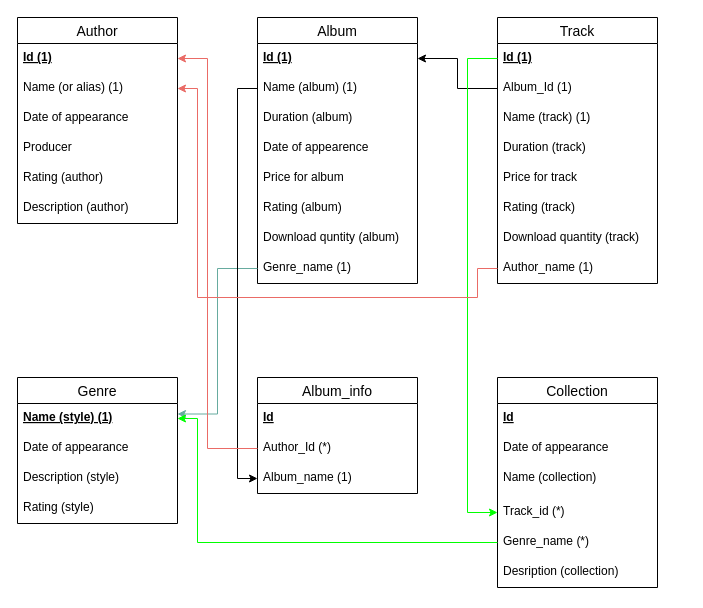
Earlier version of the draw.io diagram Untitled Diagram.drawio (Oleg-Stukalov/draw.io-schemes). Source tidied: cells renumbered, new cells numbered last; positions are measured from the earlier drawing's top-left corner, leaving out a move shared by most shapes. Both pictures are drawn from the tidied source at 100%, with x=0, y=0 at pixel (17, 17).
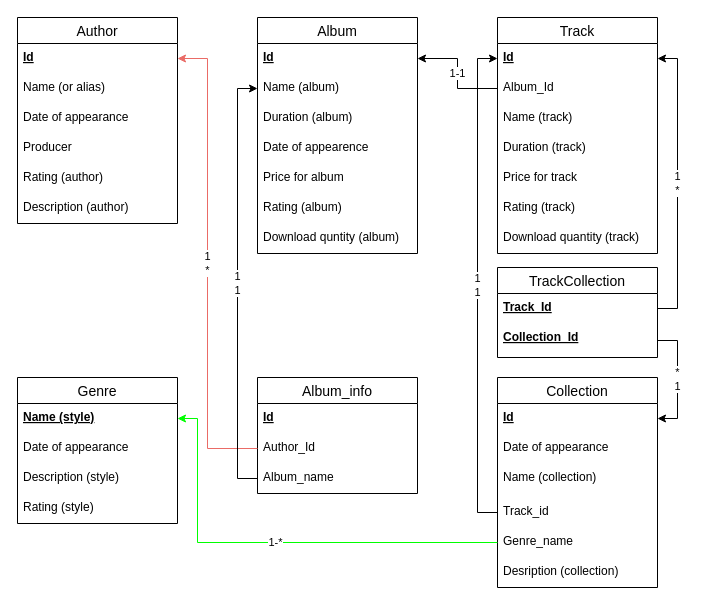
The same page after the edit.

Unchanged cells that the change refers to:
```xml
<mxCell id="11" value="Author" style="swimlane;fontStyle=0;horizontal=1;startSize=26;align=center;fontSize=14;" parent="1" vertex="1">
  <mxGeometry width="160" height="206" as="geometry" />
</mxCell>
<mxCell id="27" value="Genre" style="swimlane;fontStyle=0;horizontal=1;startSize=26;align=center;fontSize=14;" parent="1" vertex="1">
  <mxGeometry y="360" width="160" height="146" as="geometry" />
</mxCell>
<mxCell id="33" value="Collection" style="swimlane;fontStyle=0;horizontal=1;startSize=26;align=center;fontSize=14;" parent="1" vertex="1">
  <mxGeometry x="480" y="360" width="160" height="210" as="geometry" />
</mxCell>
<mxCell id="34" value="Id" style="text;strokeColor=none;fillColor=none;spacingLeft=4;spacingRight=4;overflow=hidden;points=[[0,0.5],[1,0.5]];portConstraint=eastwest;fontSize=12;fontStyle=5;" parent="33" vertex="1">
  <mxGeometry y="26" width="160" height="30" as="geometry" />
</mxCell>
<mxCell id="41" value="Album_info" style="swimlane;fontStyle=0;horizontal=1;startSize=26;align=center;fontSize=14;" parent="1" vertex="1">
  <mxGeometry x="240" y="360" width="160" height="116" as="geometry" />
</mxCell>
```

What changed in the source:
```diff
@@
     <mxCell id="2" value="Album" style="swimlane;fontStyle=0;horizontal=1;startSize=26;align=center;fontSize=14;" parent="1" vertex="1">
-      <mxGeometry x="240" width="160" height="266" as="geometry" />
+      <mxGeometry x="240" width="160" height="236" as="geometry" />
     </mxCell>
-    <mxCell id="3" value="Id (1)" style="text;strokeColor=none;fillColor=none;spacingLeft=4;spacingRight=4;overflow=hidden;points=[[0,0.5],[1,0.5]];portConstraint=eastwest;fontSize=12;fontStyle=5;" parent="2" vertex="1">
+    <mxCell id="3" value="Id" style="text;strokeColor=none;fillColor=none;spacingLeft=4;spacingRight=4;overflow=hidden;points=[[0,0.5],[1,0.5]];portConstraint=eastwest;fontSize=12;fontStyle=5;" parent="2" vertex="1">
       <mxGeometry y="26" width="160" height="30" as="geometry" />
     </mxCell>
-    <mxCell id="4" value="Name (album) (1)" style="text;strokeColor=none;fillColor=none;spacingLeft=4;spacingRight=4;overflow=hidden;points=[[0,0.5],[1,0.5]];portConstraint=eastwest;fontSize=12;" parent="2" vertex="1">
+    <mxCell id="4" value="Name (album)" style="text;strokeColor=none;fillColor=none;spacingLeft=4;spacingRight=4;overflow=hidden;points=[[0,0.5],[1,0.5]];portConstraint=eastwest;fontSize=12;" parent="2" vertex="1">
       <mxGeometry y="56" width="160" height="30" as="geometry" />
     </mxCell>
@@
-    <mxCell id="10" value="Genre_name (1)" style="text;strokeColor=none;fillColor=none;spacingLeft=4;spacingRight=4;overflow=hidden;points=[[0,0.5],[1,0.5]];portConstraint=eastwest;fontSize=12;" parent="2" vertex="1">
-      <mxGeometry y="236" width="160" height="30" as="geometry" />
-    </mxCell>
@@
-    <mxCell id="12" value="Id (1)" style="text;strokeColor=none;fillColor=none;spacingLeft=4;spacingRight=4;overflow=hidden;points=[[0,0.5],[1,0.5]];portConstraint=eastwest;fontSize=12;fontStyle=5;" parent="11" vertex="1">
+    <mxCell id="12" value="Id" style="text;strokeColor=none;fillColor=none;spacingLeft=4;spacingRight=4;overflow=hidden;points=[[0,0.5],[1,0.5]];portConstraint=eastwest;fontSize=12;fontStyle=5;" parent="11" vertex="1">
       <mxGeometry y="26" width="160" height="30" as="geometry" />
     </mxCell>
-    <mxCell id="13" value="Name (or alias) (1)" style="text;strokeColor=none;fillColor=none;spacingLeft=4;spacingRight=4;overflow=hidden;points=[[0,0.5],[1,0.5]];portConstraint=eastwest;fontSize=12;" parent="11" vertex="1">
+    <mxCell id="13" value="Name (or alias)" style="text;strokeColor=none;fillColor=none;spacingLeft=4;spacingRight=4;overflow=hidden;points=[[0,0.5],[1,0.5]];portConstraint=eastwest;fontSize=12;" parent="11" vertex="1">
       <mxGeometry y="56" width="160" height="30" as="geometry" />
     </mxCell>
@@
     <mxCell id="18" value="Track" style="swimlane;fontStyle=0;horizontal=1;startSize=26;align=center;fontSize=14;" parent="1" vertex="1">
-      <mxGeometry x="480" width="160" height="266" as="geometry" />
+      <mxGeometry x="480" width="160" height="236" as="geometry" />
     </mxCell>
-    <mxCell id="19" value="Id (1)" style="text;strokeColor=none;fillColor=none;spacingLeft=4;spacingRight=4;overflow=hidden;points=[[0,0.5],[1,0.5]];portConstraint=eastwest;fontSize=12;fontStyle=5;" parent="18" vertex="1">
+    <mxCell id="19" value="Id" style="text;strokeColor=none;fillColor=none;spacingLeft=4;spacingRight=4;overflow=hidden;points=[[0,0.5],[1,0.5]];portConstraint=eastwest;fontSize=12;fontStyle=5;" parent="18" vertex="1">
       <mxGeometry y="26" width="160" height="30" as="geometry" />
     </mxCell>
-    <mxCell id="20" value="Album_Id (1)" style="text;strokeColor=none;fillColor=none;spacingLeft=4;spacingRight=4;overflow=hidden;points=[[0,0.5],[1,0.5]];portConstraint=eastwest;fontSize=12;" parent="18" vertex="1">
+    <mxCell id="20" value="Album_Id" style="text;strokeColor=none;fillColor=none;spacingLeft=4;spacingRight=4;overflow=hidden;points=[[0,0.5],[1,0.5]];portConstraint=eastwest;fontSize=12;" parent="18" vertex="1">
       <mxGeometry y="56" width="160" height="30" as="geometry" />
     </mxCell>
-    <mxCell id="21" value="Name (track) (1)" style="text;strokeColor=none;fillColor=none;spacingLeft=4;spacingRight=4;overflow=hidden;fontSize=12;" parent="18" vertex="1">
+    <mxCell id="21" value="Name (track)" style="text;strokeColor=none;fillColor=none;spacingLeft=4;spacingRight=4;overflow=hidden;fontSize=12;" parent="18" vertex="1">
       <mxGeometry y="86" width="160" height="30" as="geometry" />
     </mxCell>
@@
-    <mxCell id="26" value="Author_name (1)" style="text;strokeColor=none;fillColor=none;spacingLeft=4;spacingRight=4;overflow=hidden;points=[[0,0.5],[1,0.5]];portConstraint=eastwest;fontSize=12;" parent="18" vertex="1">
-      <mxGeometry y="236" width="160" height="30" as="geometry" />
-    </mxCell>
@@
-    <mxCell id="28" value="Name (style) (1)" style="text;strokeColor=none;fillColor=none;spacingLeft=4;spacingRight=4;overflow=hidden;points=[[0,0.5],[1,0.5]];portConstraint=eastwest;fontSize=12;fontStyle=5;" parent="27" vertex="1">
+    <mxCell id="28" value="Name (style)" style="text;strokeColor=none;fillColor=none;spacingLeft=4;spacingRight=4;overflow=hidden;points=[[0,0.5],[1,0.5]];portConstraint=eastwest;fontSize=12;fontStyle=5;" parent="27" vertex="1">
       <mxGeometry y="26" width="160" height="30" as="geometry" />
     </mxCell>
@@
-    <mxCell id="32" style="edgeStyle=orthogonalEdgeStyle;rounded=0;jettySize=auto;html=1;exitX=0;exitY=0.5;exitDx=0;exitDy=0;" parent="1" edge="1" source="20" target="3">
+    <mxCell id="32" value="1-1" style="edgeStyle=orthogonalEdgeStyle;rounded=0;jettySize=auto;html=1;exitX=0;exitY=0.5;exitDx=0;exitDy=0;" parent="1" edge="1" source="20" target="3">
       <mxGeometry relative="1" as="geometry" />
     </mxCell>
@@
-    <mxCell id="37" value="Track_id (*)" style="text;strokeColor=none;fillColor=none;spacingLeft=4;spacingRight=4;overflow=hidden;points=[[0,0.5],[1,0.5]];portConstraint=eastwest;fontSize=12;" parent="33" vertex="1">
+    <mxCell id="37" value="Track_id" style="text;strokeColor=none;fillColor=none;spacingLeft=4;spacingRight=4;overflow=hidden;points=[[0,0.5],[1,0.5]];portConstraint=eastwest;fontSize=12;" parent="33" vertex="1">
       <mxGeometry y="120" width="160" height="30" as="geometry" />
     </mxCell>
-    <mxCell id="38" value="Genre_name (*)" style="text;strokeColor=none;fillColor=none;spacingLeft=4;spacingRight=4;overflow=hidden;points=[[0,0.5],[1,0.5]];portConstraint=eastwest;fontSize=12;" parent="33" vertex="1">
+    <mxCell id="38" value="Genre_name" style="text;strokeColor=none;fillColor=none;spacingLeft=4;spacingRight=4;overflow=hidden;points=[[0,0.5],[1,0.5]];portConstraint=eastwest;fontSize=12;" parent="33" vertex="1">
       <mxGeometry y="150" width="160" height="30" as="geometry" />
     </mxCell>
@@
-    <mxCell id="40" style="edgeStyle=orthogonalEdgeStyle;rounded=0;jettySize=auto;html=1;exitX=0;exitY=0.5;exitDx=0;exitDy=0;entryX=1;entryY=0.25;entryDx=0;entryDy=0;strokeColor=#67AB9F;" parent="1" edge="1" source="10" target="27">
-      <mxGeometry relative="1" as="geometry" />
-    </mxCell>
@@
-    <mxCell id="43" value="Author_Id (*)" style="text;strokeColor=none;fillColor=none;spacingLeft=4;spacingRight=4;overflow=hidden;points=[[0,0.5],[1,0.5]];portConstraint=eastwest;fontSize=12;" parent="41" vertex="1">
+    <mxCell id="43" value="Author_Id" style="text;strokeColor=none;fillColor=none;spacingLeft=4;spacingRight=4;overflow=hidden;points=[[0,0.5],[1,0.5]];portConstraint=eastwest;fontSize=12;" parent="41" vertex="1">
       <mxGeometry y="56" width="160" height="30" as="geometry" />
     </mxCell>
-    <mxCell id="44" value="Album_name (1)" style="text;strokeColor=none;fillColor=none;spacingLeft=4;spacingRight=4;overflow=hidden;points=[[0,0.5],[1,0.5]];portConstraint=eastwest;fontSize=12;" parent="41" vertex="1">
+    <mxCell id="44" value="Album_name" style="text;strokeColor=none;fillColor=none;spacingLeft=4;spacingRight=4;overflow=hidden;points=[[0,0.5],[1,0.5]];portConstraint=eastwest;fontSize=12;" parent="41" vertex="1">
       <mxGeometry y="86" width="160" height="30" as="geometry" />
     </mxCell>
-    <mxCell id="45" style="edgeStyle=orthogonalEdgeStyle;rounded=0;jettySize=auto;html=1;exitX=0;exitY=0.5;exitDx=0;exitDy=0;entryX=0;entryY=0.5;entryDx=0;entryDy=0;" parent="1" edge="1" source="4" target="44">
-      <mxGeometry relative="1" as="geometry" />
-    </mxCell>
-    <mxCell id="46" style="edgeStyle=orthogonalEdgeStyle;rounded=0;jettySize=auto;html=1;exitX=0;exitY=0.5;exitDx=0;exitDy=0;entryX=1;entryY=0.5;entryDx=0;entryDy=0;strokeColor=#EA6B66;" parent="1" edge="1" source="43" target="12">
+    <mxCell id="46" value="&lt;div&gt;1&lt;/div&gt;&lt;div&gt;*&lt;br&gt;&lt;/div&gt;" style="edgeStyle=orthogonalEdgeStyle;rounded=0;jettySize=auto;html=1;exitX=0;exitY=0.5;exitDx=0;exitDy=0;entryX=1;entryY=0.5;entryDx=0;entryDy=0;strokeColor=#EA6B66;" parent="1" edge="1" source="43" target="12">
       <mxGeometry relative="1" as="geometry">
         <Array as="points">
           <mxPoint x="190" y="431" />
           <mxPoint x="190" y="41" />
         </Array>
       </mxGeometry>
     </mxCell>
-    <mxCell id="47" style="edgeStyle=orthogonalEdgeStyle;rounded=0;jettySize=auto;html=1;exitX=0;exitY=0.5;exitDx=0;exitDy=0;entryX=0;entryY=0.5;entryDx=0;entryDy=0;strokeColor=#00FF00;" parent="1" edge="1" source="19" target="37">
-      <mxGeometry relative="1" as="geometry">
-        <Array as="points">
-          <mxPoint x="450" y="41" />
-          <mxPoint x="450" y="495" />
-        </Array>
-      </mxGeometry>
-    </mxCell>
-    <mxCell id="48" style="edgeStyle=orthogonalEdgeStyle;rounded=0;jettySize=auto;html=1;exitX=0;exitY=0.5;exitDx=0;exitDy=0;strokeColor=#EA6B66;" parent="1" edge="1" source="26" target="13">
-      <mxGeometry relative="1" as="geometry">
-        <Array as="points">
-          <mxPoint x="460" y="251" />
-          <mxPoint x="460" y="280" />
-          <mxPoint x="180" y="280" />
-          <mxPoint x="180" y="71" />
-        </Array>
-      </mxGeometry>
-    </mxCell>
-    <mxCell id="49" style="edgeStyle=orthogonalEdgeStyle;rounded=0;jettySize=auto;html=1;exitX=0;exitY=0.5;exitDx=0;exitDy=0;entryX=1;entryY=0.5;entryDx=0;entryDy=0;strokeColor=#00FF00;" parent="1" edge="1" source="38" target="28">
+    <mxCell id="49" value="&lt;div&gt;1-*&lt;/div&gt;" style="edgeStyle=orthogonalEdgeStyle;rounded=0;jettySize=auto;html=1;exitX=0;exitY=0.5;exitDx=0;exitDy=0;entryX=1;entryY=0.5;entryDx=0;entryDy=0;strokeColor=#00FF00;" parent="1" edge="1" source="38" target="28">
       <mxGeometry relative="1" as="geometry">
         <Array as="points">
           <mxPoint x="180" y="525" />
           <mxPoint x="180" y="401" />
         </Array>
       </mxGeometry>
     </mxCell>
+    <mxCell id="50" value="&lt;div&gt;1&lt;/div&gt;&lt;div&gt;1&lt;br&gt;&lt;/div&gt;" style="edgeStyle=orthogonalEdgeStyle;rounded=0;jettySize=auto;html=1;exitX=0;exitY=0.5;exitDx=0;exitDy=0;entryX=0;entryY=0.5;entryDx=0;entryDy=0;" parent="1" edge="1" source="44" target="4">
+      <mxGeometry relative="1" as="geometry" />
+    </mxCell>
+    <mxCell id="51" value="&lt;div&gt;1&lt;/div&gt;&lt;div&gt;1&lt;br&gt;&lt;/div&gt;" style="edgeStyle=orthogonalEdgeStyle;rounded=0;jettySize=auto;html=1;exitX=0;exitY=0.5;exitDx=0;exitDy=0;entryX=0;entryY=0.5;entryDx=0;entryDy=0;" parent="1" edge="1" source="37" target="19">
+      <mxGeometry relative="1" as="geometry" />
+    </mxCell>
+    <mxCell id="52" value="TrackCollection" style="swimlane;fontStyle=0;horizontal=1;startSize=26;align=center;fontSize=14;" parent="1" vertex="1">
+      <mxGeometry x="480" y="250" width="160" height="90" as="geometry" />
+    </mxCell>
+    <mxCell id="53" value="Track_Id" style="text;strokeColor=none;fillColor=none;spacingLeft=4;spacingRight=4;overflow=hidden;points=[[0,0.5],[1,0.5]];portConstraint=eastwest;fontSize=12;fontStyle=5;" parent="52" vertex="1">
+      <mxGeometry y="26" width="160" height="30" as="geometry" />
+    </mxCell>
+    <mxCell id="54" value="Collection_Id" style="text;strokeColor=none;fillColor=none;spacingLeft=4;spacingRight=4;overflow=hidden;points=[[0,0.5],[1,0.5]];portConstraint=eastwest;fontSize=12;fontStyle=5;" parent="52" vertex="1">
+      <mxGeometry y="56" width="160" height="34" as="geometry" />
+    </mxCell>
+    <mxCell id="55" value="&lt;div&gt;*&lt;/div&gt;&lt;div&gt;1&lt;br&gt;&lt;/div&gt;" style="edgeStyle=orthogonalEdgeStyle;rounded=0;jettySize=auto;html=1;exitX=1;exitY=0.5;exitDx=0;exitDy=0;entryX=1;entryY=0.5;entryDx=0;entryDy=0;" parent="1" edge="1" source="54" target="34">
+      <mxGeometry relative="1" as="geometry" />
+    </mxCell>
+    <mxCell id="56" value="&lt;div&gt;1&lt;/div&gt;&lt;div&gt;*&lt;/div&gt;" style="edgeStyle=orthogonalEdgeStyle;rounded=0;jettySize=auto;html=1;exitX=1;exitY=0.5;exitDx=0;exitDy=0;" parent="1" edge="1" source="53" target="19">
+      <mxGeometry relative="1" as="geometry" />
+    </mxCell>
```
